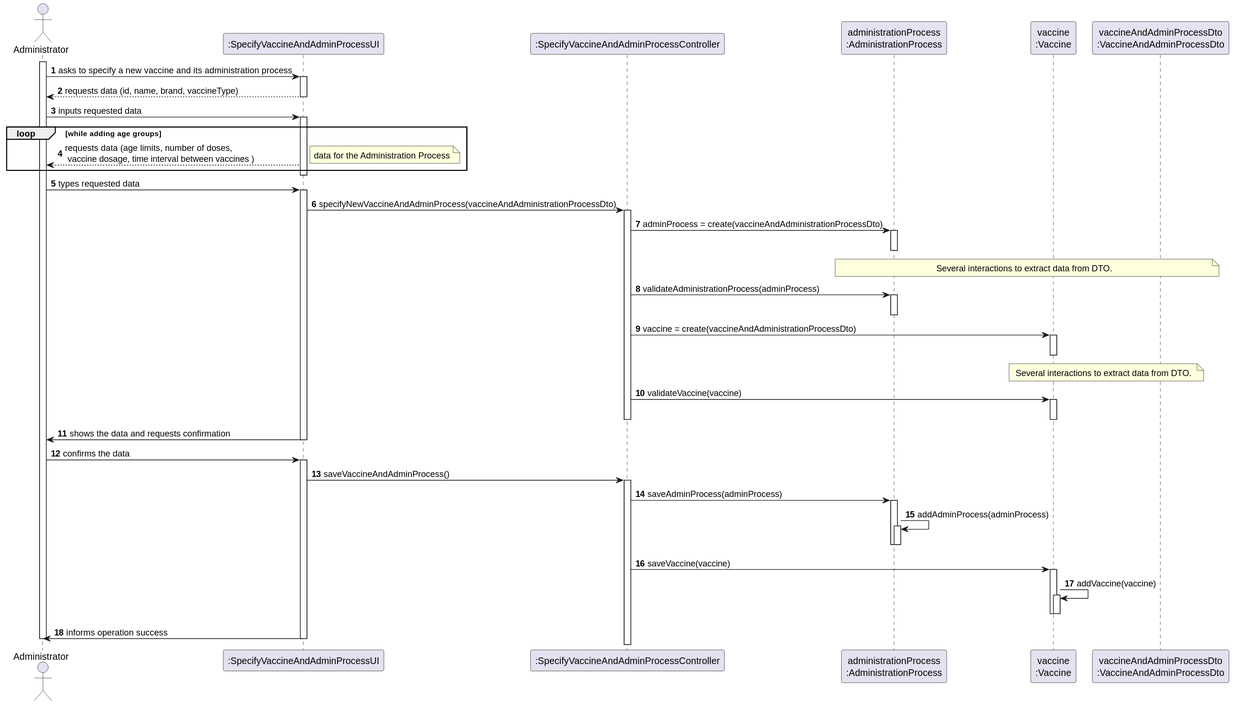
The PlantUML diagram docs/SprintB/US013/US013_SD.svg in Pirussa/lei-22-s2-1da-g02, before a commit. Source of this version:
```plantuml
@startuml

autonumber

actor Administrator as A

participant ":SpecifyVaccineAndAdminProcessUI" as UI
participant ":SpecifyVaccineAndAdminProcessController" as CTRL
participant "administrationProcess\n:AdministrationProcess" as AP

participant "vaccine\n:Vaccine" as V
participant "vaccineAndAdminProcessDto\n:VaccineAndAdminProcessDto" as DTO

activate A
A -> UI :asks to specify a new vaccine and its administration process
activate UI
UI --> A : requests data (id, name, brand, vaccineType)
deactivate UI

A -> UI : inputs requested data

activate UI

loop while adding age groups
 UI --> A : requests data (age limits, number of doses,\n vaccine dosage, time interval between vaccines )

note right
data for the Administration Process
end note
end

deactivate UI

A -> UI : types requested data

activate UI
UI -> CTRL : specifyNewVaccineAndAdminProcess(vaccineAndAdministrationProcessDto)

activate CTRL
CTRL -> AP : adminProcess = create(vaccineAndAdministrationProcessDto)
note over AP, DTO : Several interactions to extract data from DTO.


activate AP
deactivate AP

CTRL -> AP : validateAdministrationProcess(adminProcess)
activate AP
deactivate AP

CTRL -> V : vaccine = create(vaccineAndAdministrationProcessDto)
note over V, DTO : Several interactions to extract data from DTO.

activate V
deactivate V

CTRL -> V : validateVaccine(vaccine)
activate V
deactivate V
deactivate CTRL
UI -> A : shows the data and requests confirmation
deactivate UI
A -> UI : confirms the data
activate UI
UI -> CTRL : saveVaccineAndAdminProcess()

activate CTRL
CTRL -> AP : saveAdminProcess(adminProcess)
activate AP
AP -> AP : addAdminProcess(adminProcess)
activate AP

deactivate AP
deactivate AP

CTRL -> V : saveVaccine(vaccine)
activate V
V -> V : addVaccine(vaccine)
activate V
deactivate V
deactivate V

UI -> A : informs operation success
deactivate UI
deactivate A
@enduml
```
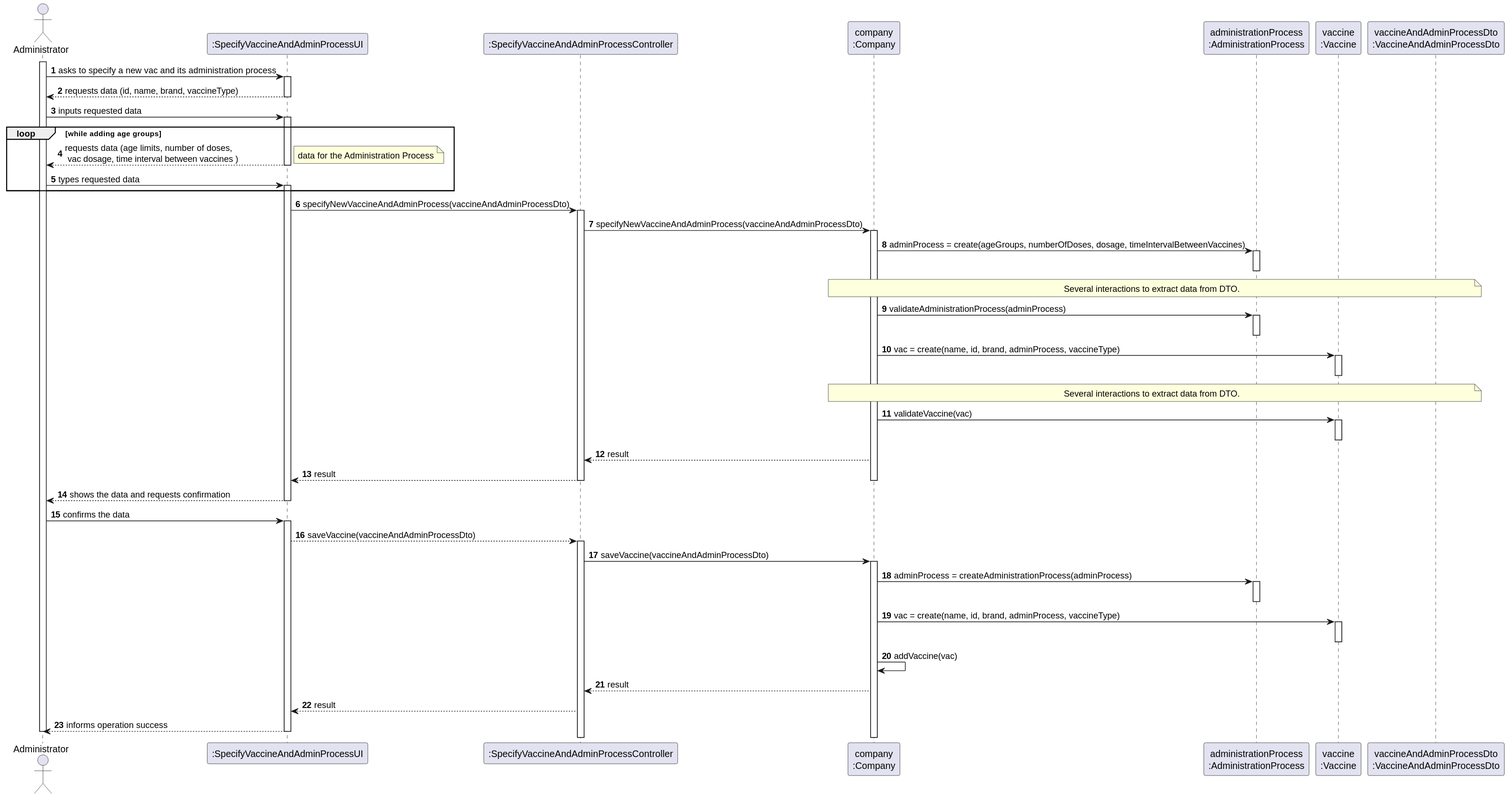
The same diagram one commit later.

The edit, as a diff of the source:
```diff
@@ -6,13 +6,13 @@
 
 participant ":SpecifyVaccineAndAdminProcessUI" as UI
 participant ":SpecifyVaccineAndAdminProcessController" as CTRL
+participant "company\n:Company" as C
 participant "administrationProcess\n:AdministrationProcess" as AP
-
 participant "vaccine\n:Vaccine" as V
 participant "vaccineAndAdminProcessDto\n:VaccineAndAdminProcessDto" as DTO
 
 activate A
-A -> UI :asks to specify a new vaccine and its administration process
+A -> UI :asks to specify a new vac and its administration process
 activate UI
 UI --> A : requests data (id, name, brand, vaccineType)
 deactivate UI
@@ -22,65 +22,79 @@
 activate UI
 
 loop while adding age groups
- UI --> A : requests data (age limits, number of doses,\n vaccine dosage, time interval between vaccines )
+ UI --> A : requests data (age limits, number of doses,\n vac dosage, time interval between vaccines )
 
+deactivate UI
 note right
 data for the Administration Process
 end note
+
+
+A -> UI : types requested data
+activate UI
+
 end
 
-deactivate UI
 
-A -> UI : types requested data
 
 activate UI
-UI -> CTRL : specifyNewVaccineAndAdminProcess(vaccineAndAdministrationProcessDto)
+UI -> CTRL : specifyNewVaccineAndAdminProcess(vaccineAndAdminProcessDto)
 
 activate CTRL
-CTRL -> AP : adminProcess = create(vaccineAndAdministrationProcessDto)
-note over AP, DTO : Several interactions to extract data from DTO.
+CTRL -> C : specifyNewVaccineAndAdminProcess(vaccineAndAdminProcessDto)
+
+activate C
+C -> AP : adminProcess = create(ageGroups, numberOfDoses, dosage, timeIntervalBetweenVaccines)
+
+note over C, DTO : Several interactions to extract data from DTO.
 
 
 activate AP
 deactivate AP
 
-CTRL -> AP : validateAdministrationProcess(adminProcess)
+C -> AP : validateAdministrationProcess(adminProcess)
 activate AP
 deactivate AP
 
-CTRL -> V : vaccine = create(vaccineAndAdministrationProcessDto)
-note over V, DTO : Several interactions to extract data from DTO.
+
+C -> V : vac = create(name, id, brand, adminProcess, vaccineType)
+note over C, DTO : Several interactions to extract data from DTO.
 
 activate V
 deactivate V
 
-CTRL -> V : validateVaccine(vaccine)
+C -> V : validateVaccine(vac)
 activate V
 deactivate V
+C --> CTRL : result
+CTRL --> UI : result
 deactivate CTRL
-UI -> A : shows the data and requests confirmation
+deactivate C
+UI --> A : shows the data and requests confirmation
 deactivate UI
 A -> UI : confirms the data
 activate UI
-UI -> CTRL : saveVaccineAndAdminProcess()
+UI --> CTRL : saveVaccine(vaccineAndAdminProcessDto)
 
 activate CTRL
-CTRL -> AP : saveAdminProcess(adminProcess)
+
+CTRL -> C : saveVaccine(vaccineAndAdminProcessDto)
+
+activate C
+C -> AP : adminProcess = createAdministrationProcess(adminProcess)
 activate AP
-AP -> AP : addAdminProcess(adminProcess)
-activate AP
-
 deactivate AP
-deactivate AP
-
-CTRL -> V : saveVaccine(vaccine)
-activate V
-V -> V : addVaccine(vaccine)
+C -> V :vac = create(name, id, brand, adminProcess, vaccineType)
 activate V
 deactivate V
-deactivate V
 
-UI -> A : informs operation success
+C -> C : addVaccine(vac)
+
+
+
+C --> CTRL : result
+CTRL ---> UI : result
+UI --> A : informs operation success
 deactivate UI
 deactivate A
 @enduml
```
